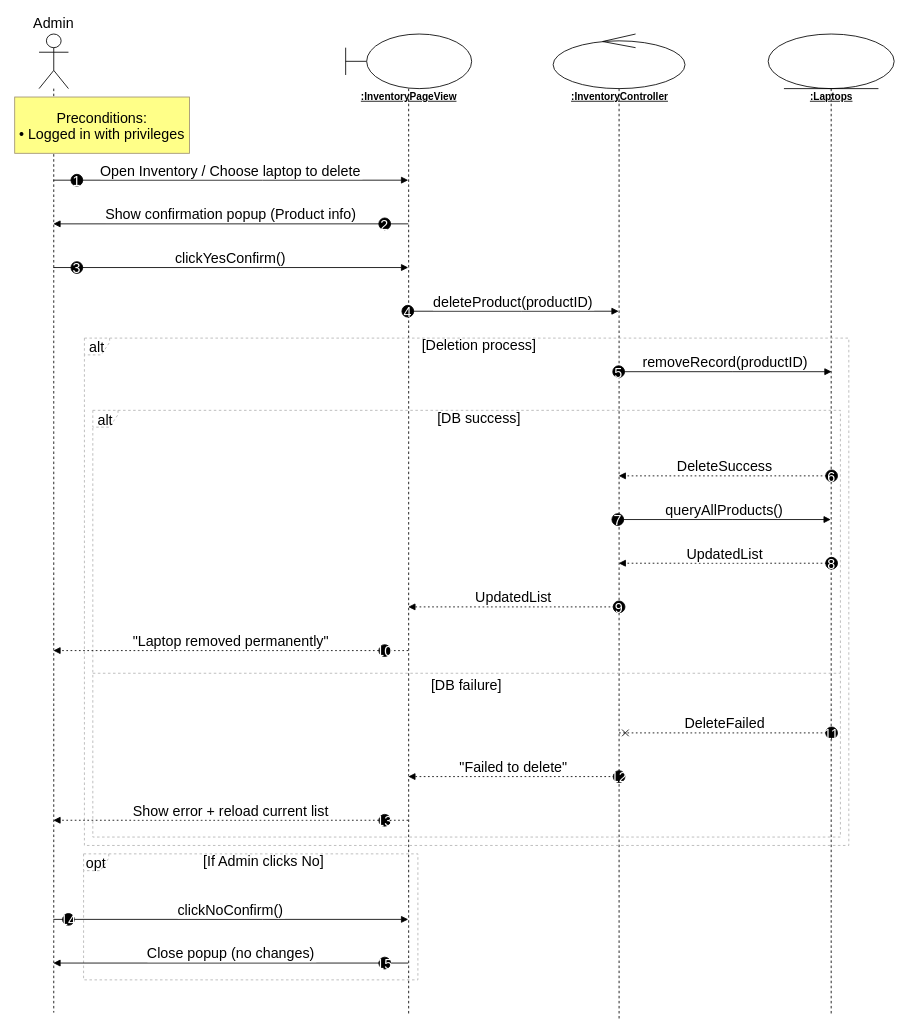
Before: Sequence_Diagram/UC_19_DeleteLaptopFromInventory.drawio in auphong2707/PTTKHT-Final-Report, a draw.io diagram. Source tidied: cells renumbered, new cells numbered last; positions are measured from the earlier drawing's top-left corner, leaving out a move shared by most shapes. Both pictures are drawn from the tidied source at 84%, with x=0, y=0 at pixel (14, 34).
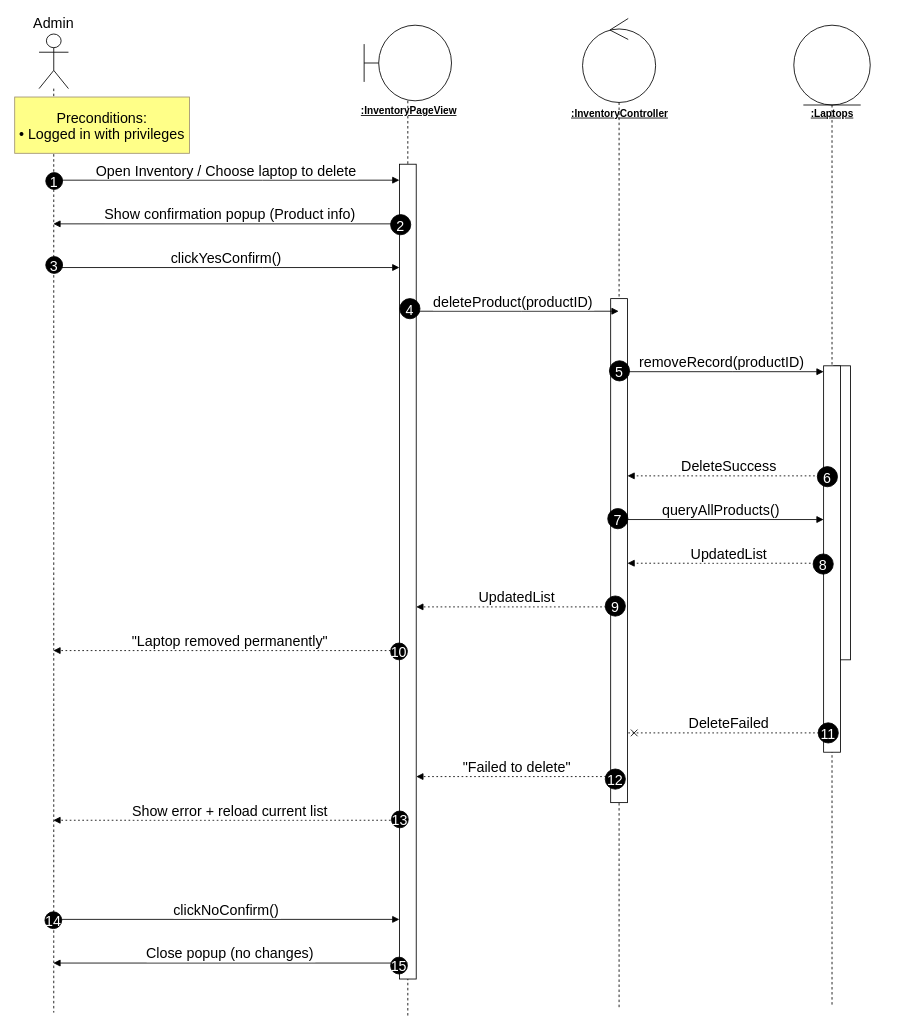
The same page after the edit.

The change refers to these unchanged cells:
```xml
<mxCell id="2" value="Admin" style="shape=umlLifeline;perimeter=lifelinePerimeter;whiteSpace=wrap;outlineConnect=0;portConstraint=eastwest;newEdgeStyle={&quot;edgeStyle&quot;:&quot;elbowEdgeStyle&quot;,&quot;elbow&quot;:&quot;vertical&quot;,&quot;curved&quot;:0,&quot;rounded&quot;:0};participant=umlActor;verticalAlign=bottom;labelPosition=center;verticalLabelPosition=top;align=center;size=65;fontSize=17;" parent="1" vertex="1">
  <mxGeometry x="29" width="35" height="1165" as="geometry" />
</mxCell>
<mxCell id="18" value="Show confirmation popup (Product info)" style="verticalAlign=bottom;edgeStyle=elbowEdgeStyle;elbow=vertical;curved=0;rounded=0;endArrow=block;fontSize=17;" parent="1" edge="1" source="3" target="2">
  <mxGeometry relative="1" as="geometry">
    <Array as="points">
      <mxPoint x="298" y="226" />
    </Array>
  </mxGeometry>
</mxCell>
<mxCell id="22" value="deleteProduct(productID)" style="verticalAlign=bottom;edgeStyle=elbowEdgeStyle;elbow=vertical;curved=0;rounded=0;endArrow=block;fontSize=17;" parent="1" edge="1" source="3" target="5">
  <mxGeometry relative="1" as="geometry">
    <Array as="points">
      <mxPoint x="603" y="330" />
    </Array>
  </mxGeometry>
</mxCell>
<mxCell id="34" value="&quot;Laptop removed permanently&quot;" style="verticalAlign=bottom;edgeStyle=elbowEdgeStyle;elbow=vertical;curved=0;rounded=0;dashed=1;dashPattern=2 3;endArrow=block;fontSize=17;" parent="1" edge="1" source="3" target="2">
  <mxGeometry relative="1" as="geometry">
    <Array as="points">
      <mxPoint x="298" y="734" />
    </Array>
  </mxGeometry>
</mxCell>
<mxCell id="40" value="Show error + reload current list" style="verticalAlign=bottom;edgeStyle=elbowEdgeStyle;elbow=vertical;curved=0;rounded=0;dashed=1;dashPattern=2 3;endArrow=block;fontSize=17;" parent="1" edge="1" source="3" target="2">
  <mxGeometry relative="1" as="geometry">
    <Array as="points">
      <mxPoint x="298" y="936" />
    </Array>
  </mxGeometry>
</mxCell>
<mxCell id="44" value="Close popup (no changes)" style="verticalAlign=bottom;edgeStyle=elbowEdgeStyle;elbow=vertical;curved=0;rounded=0;endArrow=block;fontSize=17;" parent="1" edge="1" source="3" target="2">
  <mxGeometry relative="1" as="geometry">
    <Array as="points">
      <mxPoint x="298" y="1106" />
    </Array>
  </mxGeometry>
</mxCell>
```

Change to the diagram source:
```diff
@@
+    <mxCell id="7" style="shape=umlLifeline;perimeter=lifelinePerimeter;whiteSpace=wrap;outlineConnect=0;portConstraint=eastwest;newEdgeStyle={&quot;edgeStyle&quot;:&quot;elbowEdgeStyle&quot;,&quot;elbow&quot;:&quot;vertical&quot;,&quot;curved&quot;:0,&quot;rounded&quot;:0};participant=umlEntity;size=95;fontSize=17;" parent="1" vertex="1">
+      <mxGeometry x="927.5" y="-10.5" width="91" height="1169" as="geometry" />
+    </mxCell>
+    <mxCell id="5" style="shape=umlLifeline;perimeter=lifelinePerimeter;whiteSpace=wrap;outlineConnect=0;portConstraint=eastwest;newEdgeStyle={&quot;edgeStyle&quot;:&quot;elbowEdgeStyle&quot;,&quot;elbow&quot;:&quot;vertical&quot;,&quot;curved&quot;:0,&quot;rounded&quot;:0};participant=umlControl;size=100;fontSize=17;" parent="1" vertex="1">
+      <mxGeometry x="676" y="-18.5" width="87" height="1177" as="geometry" />
+    </mxCell>
+    <mxCell id="3" style="shape=umlLifeline;perimeter=lifelinePerimeter;whiteSpace=wrap;outlineConnect=0;portConstraint=eastwest;newEdgeStyle={&quot;edgeStyle&quot;:&quot;elbowEdgeStyle&quot;,&quot;elbow&quot;:&quot;vertical&quot;,&quot;curved&quot;:0,&quot;rounded&quot;:0};participant=umlBoundary;size=90;fontSize=17;" parent="1" vertex="1">
+      <mxGeometry x="416" y="-10.5" width="104" height="1182" as="geometry" />
+    </mxCell>
+    <mxCell id="47" style="rounded=0;whiteSpace=wrap;html=1;" parent="1" vertex="1">
+      <mxGeometry x="975" y="395" width="20" height="350" as="geometry" />
+    </mxCell>
+    <mxCell id="48" style="rounded=0;whiteSpace=wrap;html=1;" parent="1" vertex="1">
+      <mxGeometry x="458" y="155" width="20" height="970" as="geometry" />
+    </mxCell>
+    <mxCell id="49" style="rounded=0;whiteSpace=wrap;html=1;" parent="1" vertex="1">
+      <mxGeometry x="709.5" y="315" width="20" height="600" as="geometry" />
+    </mxCell>
+    <mxCell id="50" style="rounded=0;whiteSpace=wrap;html=1;" parent="1" vertex="1">
+      <mxGeometry x="963" y="395" width="20" height="460" as="geometry" />
+    </mxCell>
@@
-    <mxCell id="3" style="shape=umlLifeline;perimeter=lifelinePerimeter;whiteSpace=wrap;outlineConnect=0;portConstraint=eastwest;newEdgeStyle={&quot;edgeStyle&quot;:&quot;elbowEdgeStyle&quot;,&quot;elbow&quot;:&quot;vertical&quot;,&quot;curved&quot;:0,&quot;rounded&quot;:0};participant=umlBoundary;size=65;fontSize=17;" parent="1" vertex="1">
-      <mxGeometry x="394" width="150" height="1167" as="geometry" />
-    </mxCell>
     <mxCell id="4" value="&lt;u&gt;&lt;b&gt;:InventoryPageView&lt;/b&gt;&lt;/u&gt;" style="text;html=1;align=center;verticalAlign=middle;" parent="1" vertex="1">
-      <mxGeometry x="394" y="65" width="150" height="20" as="geometry" />
+      <mxGeometry x="394" y="82" width="150" height="20" as="geometry" />
     </mxCell>
-    <mxCell id="5" style="shape=umlLifeline;perimeter=lifelinePerimeter;whiteSpace=wrap;outlineConnect=0;portConstraint=eastwest;newEdgeStyle={&quot;edgeStyle&quot;:&quot;elbowEdgeStyle&quot;,&quot;elbow&quot;:&quot;vertical&quot;,&quot;curved&quot;:0,&quot;rounded&quot;:0};participant=umlControl;size=65;fontSize=17;" parent="1" vertex="1">
-      <mxGeometry x="641" width="157" height="1172" as="geometry" />
-    </mxCell>
     <mxCell id="6" value="&lt;u&gt;&lt;b&gt;:InventoryController&lt;/b&gt;&lt;/u&gt;" style="text;html=1;align=center;verticalAlign=middle;" parent="1" vertex="1">
-      <mxGeometry x="641" y="65" width="157" height="20" as="geometry" />
+      <mxGeometry x="641" y="85" width="157" height="20" as="geometry" />
     </mxCell>
-    <mxCell id="7" style="shape=umlLifeline;perimeter=lifelinePerimeter;whiteSpace=wrap;outlineConnect=0;portConstraint=eastwest;newEdgeStyle={&quot;edgeStyle&quot;:&quot;elbowEdgeStyle&quot;,&quot;elbow&quot;:&quot;vertical&quot;,&quot;curved&quot;:0,&quot;rounded&quot;:0};participant=umlEntity;size=65;fontSize=17;" parent="1" vertex="1">
-      <mxGeometry x="897" width="150" height="1168" as="geometry" />
-    </mxCell>
     <mxCell id="8" value="&lt;u&gt;&lt;b&gt;:Laptops&lt;/b&gt;&lt;/u&gt;" style="text;html=1;align=center;verticalAlign=middle;" parent="1" vertex="1">
-      <mxGeometry x="897" y="65" width="150" height="20" as="geometry" />
+      <mxGeometry x="898" y="85" width="150" height="20" as="geometry" />
     </mxCell>
-    <mxCell id="9" value="alt" style="shape=umlFrame;dashed=1;strokeColor=#B3B3B3;height=20;width=30;fontSize=17;" parent="1" vertex="1">
-      <mxGeometry x="93" y="448" width="890" height="508" as="geometry" />
-    </mxCell>
-    <mxCell id="10" value="[DB success]" style="text;strokeColor=none;fillColor=none;align=center;verticalAlign=middle;whiteSpace=wrap;fontSize=17;" parent="9" vertex="1">
-      <mxGeometry x="30" width="860" height="20" as="geometry" />
-    </mxCell>
-    <mxCell id="11" value="[DB failure]" style="shape=line;dashed=1;whiteSpace=wrap;verticalAlign=top;labelPosition=center;verticalLabelPosition=middle;align=center;strokeColor=#B3B3B3;fontSize=17;" parent="9" vertex="1">
-      <mxGeometry y="311" width="890" height="4" as="geometry" />
-    </mxCell>
-    <mxCell id="12" value="alt" style="shape=umlFrame;dashed=1;strokeColor=#B3B3B3;height=20;width=30;fontSize=17;" parent="1" vertex="1">
-      <mxGeometry x="83" y="362" width="910" height="604" as="geometry" />
-    </mxCell>
-    <mxCell id="13" value="[Deletion process]" style="text;strokeColor=none;fillColor=none;align=center;verticalAlign=middle;whiteSpace=wrap;fontSize=17;" parent="12" vertex="1">
-      <mxGeometry x="30" width="880" height="19.6" as="geometry" />
-    </mxCell>
-    <mxCell id="14" value="opt" style="shape=umlFrame;dashed=1;strokeColor=#B3B3B3;height=20;width=30;fontSize=17;" parent="1" vertex="1">
-      <mxGeometry x="82" y="976" width="398" height="150" as="geometry" />
-    </mxCell>
-    <mxCell id="15" value="[If Admin clicks No]" style="text;strokeColor=none;fillColor=none;align=center;verticalAlign=middle;whiteSpace=wrap;fontSize=17;" parent="14" vertex="1">
-      <mxGeometry x="30.9" width="367.1" height="20" as="geometry" />
-    </mxCell>
-    <mxCell id="16" value="Open Inventory / Choose laptop to delete" style="verticalAlign=bottom;edgeStyle=elbowEdgeStyle;elbow=vertical;curved=0;rounded=0;endArrow=block;fontSize=17;" parent="1" edge="1" source="2" target="3">
+    <mxCell id="16" value="Open Inventory / Choose laptop to delete" style="verticalAlign=bottom;edgeStyle=elbowEdgeStyle;elbow=vertical;curved=0;rounded=0;endArrow=block;fontSize=17;" parent="1" edge="1" source="2" target="48">
       <mxGeometry relative="1" as="geometry">
         <Array as="points">
           <mxPoint x="295" y="174" />
         </Array>
       </mxGeometry>
     </mxCell>
     <mxCell id="17" value="1" style="ellipse;fillColor=#000000;align=center;fontColor=#FFFFFF;fontSize=17;" parent="16" vertex="1">
-      <mxGeometry width="14" height="14" relative="1" as="geometry">
-        <mxPoint x="-190" y="-7" as="offset" />
+      <mxGeometry width="20" height="20" relative="1" as="geometry">
+        <mxPoint x="-215" y="-9" as="offset" />
       </mxGeometry>
     </mxCell>
@@
     <mxCell id="19" value="2" style="ellipse;fillColor=#000000;align=center;fontColor=#FFFFFF;fontSize=17;" parent="18" vertex="1">
-      <mxGeometry width="14" height="14" relative="1" as="geometry">
-        <mxPoint x="176" y="-7" as="offset" />
+      <mxGeometry width="24" height="24" relative="1" as="geometry">
+        <mxPoint x="191" y="-11" as="offset" />
       </mxGeometry>
     </mxCell>
-    <mxCell id="20" value="clickYesConfirm()" style="verticalAlign=bottom;edgeStyle=elbowEdgeStyle;elbow=vertical;curved=0;rounded=0;endArrow=block;fontSize=17;" parent="1" edge="1" source="2" target="3">
+    <mxCell id="20" value="clickYesConfirm()" style="verticalAlign=bottom;edgeStyle=elbowEdgeStyle;elbow=vertical;curved=0;rounded=0;endArrow=block;fontSize=17;" parent="1" edge="1" source="2" target="48">
       <mxGeometry relative="1" as="geometry">
         <Array as="points">
           <mxPoint x="295" y="278" />
         </Array>
       </mxGeometry>
     </mxCell>
     <mxCell id="21" value="3" style="ellipse;fillColor=#000000;align=center;fontColor=#FFFFFF;fontSize=17;" parent="20" vertex="1">
-      <mxGeometry width="14" height="14" relative="1" as="geometry">
-        <mxPoint x="-190" y="-7" as="offset" />
+      <mxGeometry width="20" height="20" relative="1" as="geometry">
+        <mxPoint x="-215" y="-13" as="offset" />
       </mxGeometry>
     </mxCell>
@@
     <mxCell id="23" value="4" style="ellipse;fillColor=#000000;align=center;fontColor=#FFFFFF;fontSize=17;" parent="22" vertex="1">
-      <mxGeometry width="14" height="14" relative="1" as="geometry">
-        <mxPoint x="-132.5" y="-7" as="offset" />
+      <mxGeometry width="24" height="24" relative="1" as="geometry">
+        <mxPoint x="-135" y="-15" as="offset" />
       </mxGeometry>
     </mxCell>
-    <mxCell id="24" value="removeRecord(productID)" style="verticalAlign=bottom;edgeStyle=elbowEdgeStyle;elbow=vertical;curved=0;rounded=0;endArrow=block;fontSize=17;" parent="1" edge="1">
+    <mxCell id="24" value="removeRecord(productID)" style="verticalAlign=bottom;edgeStyle=elbowEdgeStyle;elbow=vertical;curved=0;rounded=0;endArrow=block;fontSize=17;" parent="1" edge="1" target="50">
       <mxGeometry relative="1" as="geometry">
         <mxPoint x="720" y="402" as="sourcePoint" />
-        <mxPoint x="972.5" y="402" as="targetPoint" />
         <Array as="points">
           <mxPoint x="855" y="402" />
         </Array>
       </mxGeometry>
     </mxCell>
     <mxCell id="25" value="5" style="ellipse;fillColor=#000000;align=center;fontColor=#FFFFFF;fontSize=17;" parent="24" vertex="1">
-      <mxGeometry width="14" height="14" relative="1" as="geometry">
-        <mxPoint x="-134" y="-7" as="offset" />
+      <mxGeometry width="24" height="24" relative="1" as="geometry">
+        <mxPoint x="-134" y="-13" as="offset" />
       </mxGeometry>
     </mxCell>
-    <mxCell id="26" value="DeleteSuccess" style="verticalAlign=bottom;edgeStyle=elbowEdgeStyle;elbow=vertical;curved=0;rounded=0;dashed=1;dashPattern=2 3;endArrow=block;fontSize=17;" parent="1" edge="1" source="7" target="5">
+    <mxCell id="26" value="DeleteSuccess" style="verticalAlign=bottom;edgeStyle=elbowEdgeStyle;elbow=vertical;curved=0;rounded=0;dashed=1;dashPattern=2 3;endArrow=block;fontSize=17;" parent="1" edge="1" source="7" target="49">
       <mxGeometry relative="1" as="geometry">
         <Array as="points">
           <mxPoint x="857" y="526" />
         </Array>
       </mxGeometry>
     </mxCell>
     <mxCell id="27" value="6" style="ellipse;fillColor=#000000;align=center;fontColor=#FFFFFF;fontSize=17;" parent="26" vertex="1">
-      <mxGeometry width="14" height="14" relative="1" as="geometry">
-        <mxPoint x="120" y="-7" as="offset" />
+      <mxGeometry width="24" height="24" relative="1" as="geometry">
+        <mxPoint x="105" y="-11" as="offset" />
       </mxGeometry>
     </mxCell>
-    <mxCell id="28" value="queryAllProducts()" style="verticalAlign=bottom;edgeStyle=elbowEdgeStyle;elbow=vertical;curved=0;rounded=0;endArrow=block;fontSize=17;" parent="1" edge="1" source="5" target="7">
+    <mxCell id="28" value="queryAllProducts()" style="verticalAlign=bottom;edgeStyle=elbowEdgeStyle;elbow=vertical;curved=0;rounded=0;endArrow=block;fontSize=17;" parent="1" edge="1" source="5" target="50">
       <mxGeometry relative="1" as="geometry">
         <Array as="points">
           <mxPoint x="854" y="578" />
         </Array>
       </mxGeometry>
     </mxCell>
     <mxCell id="29" value="7" style="ellipse;fillColor=#000000;align=center;fontColor=#FFFFFF;fontSize=17;" parent="28" vertex="1">
-      <mxGeometry width="14" height="14" relative="1" as="geometry">
-        <mxPoint x="-134" y="-7" as="offset" />
+      <mxGeometry width="24" height="24" relative="1" as="geometry">
+        <mxPoint x="-135" y="-13" as="offset" />
       </mxGeometry>
     </mxCell>
-    <mxCell id="30" value="UpdatedList" style="verticalAlign=bottom;edgeStyle=elbowEdgeStyle;elbow=vertical;curved=0;rounded=0;dashed=1;dashPattern=2 3;endArrow=block;fontSize=17;" parent="1" edge="1" source="7" target="5">
+    <mxCell id="30" value="UpdatedList" style="verticalAlign=bottom;edgeStyle=elbowEdgeStyle;elbow=vertical;curved=0;rounded=0;dashed=1;dashPattern=2 3;endArrow=block;fontSize=17;" parent="1" edge="1" source="7" target="49">
       <mxGeometry relative="1" as="geometry">
         <Array as="points">
           <mxPoint x="857" y="630" />
         </Array>
       </mxGeometry>
     </mxCell>
     <mxCell id="31" value="8" style="ellipse;fillColor=#000000;align=center;fontColor=#FFFFFF;fontSize=17;" parent="30" vertex="1">
-      <mxGeometry width="14" height="14" relative="1" as="geometry">
-        <mxPoint x="120" y="-7" as="offset" />
+      <mxGeometry width="24" height="24" relative="1" as="geometry">
+        <mxPoint x="100" y="-11" as="offset" />
       </mxGeometry>
     </mxCell>
-    <mxCell id="32" value="UpdatedList" style="verticalAlign=bottom;edgeStyle=elbowEdgeStyle;elbow=vertical;curved=0;rounded=0;dashed=1;dashPattern=2 3;endArrow=block;fontSize=17;" parent="1" edge="1" source="5" target="3">
+    <mxCell id="32" value="UpdatedList" style="verticalAlign=bottom;edgeStyle=elbowEdgeStyle;elbow=vertical;curved=0;rounded=0;dashed=1;dashPattern=2 3;endArrow=block;fontSize=17;" parent="1" edge="1" source="5" target="48">
       <mxGeometry relative="1" as="geometry">
         <Array as="points">
           <mxPoint x="606" y="682" />
         </Array>
       </mxGeometry>
     </mxCell>
     <mxCell id="33" value="9" style="ellipse;fillColor=#000000;align=center;fontColor=#FFFFFF;fontSize=17;" parent="32" vertex="1">
-      <mxGeometry width="14" height="14" relative="1" as="geometry">
-        <mxPoint x="118.5" y="-7" as="offset" />
+      <mxGeometry width="24" height="24" relative="1" as="geometry">
+        <mxPoint x="105" y="-13" as="offset" />
       </mxGeometry>
     </mxCell>
@@
     <mxCell id="35" value="10" style="ellipse;fillColor=#000000;align=center;fontColor=#FFFFFF;fontSize=17;" parent="34" vertex="1">
-      <mxGeometry width="14" height="14" relative="1" as="geometry">
-        <mxPoint x="176" y="-7" as="offset" />
+      <mxGeometry width="20" height="20" relative="1" as="geometry">
+        <mxPoint x="191" y="-9" as="offset" />
       </mxGeometry>
     </mxCell>
-    <mxCell id="36" value="DeleteFailed" style="verticalAlign=bottom;edgeStyle=elbowEdgeStyle;elbow=vertical;curved=0;rounded=0;endArrow=cross;dashed=1;dashPattern=2 3;fontSize=17;" parent="1" edge="1" source="7" target="5">
+    <mxCell id="36" value="DeleteFailed" style="verticalAlign=bottom;edgeStyle=elbowEdgeStyle;elbow=vertical;curved=0;rounded=0;endArrow=cross;dashed=1;dashPattern=2 3;fontSize=17;" parent="1" edge="1" source="7" target="49">
       <mxGeometry relative="1" as="geometry">
         <Array as="points">
           <mxPoint x="857" y="832" />
         </Array>
       </mxGeometry>
     </mxCell>
     <mxCell id="37" value="11" style="ellipse;fillColor=#000000;align=center;fontColor=#FFFFFF;fontSize=17;" parent="36" vertex="1">
-      <mxGeometry width="14" height="14" relative="1" as="geometry">
-        <mxPoint x="120" y="-7" as="offset" />
+      <mxGeometry width="24" height="24" relative="1" as="geometry">
+        <mxPoint x="106" y="-12" as="offset" />
       </mxGeometry>
     </mxCell>
-    <mxCell id="38" value="&quot;Failed to delete&quot;" style="verticalAlign=bottom;edgeStyle=elbowEdgeStyle;elbow=vertical;curved=0;rounded=0;dashed=1;dashPattern=2 3;endArrow=block;fontSize=17;" parent="1" edge="1" source="5" target="3">
+    <mxCell id="38" value="&quot;Failed to delete&quot;" style="verticalAlign=bottom;edgeStyle=elbowEdgeStyle;elbow=vertical;curved=0;rounded=0;dashed=1;dashPattern=2 3;endArrow=block;fontSize=17;" parent="1" edge="1" source="5" target="48">
       <mxGeometry relative="1" as="geometry">
         <Array as="points">
           <mxPoint x="606" y="884" />
         </Array>
       </mxGeometry>
     </mxCell>
     <mxCell id="39" value="12" style="ellipse;fillColor=#000000;align=center;fontColor=#FFFFFF;fontSize=17;" parent="38" vertex="1">
-      <mxGeometry width="14" height="14" relative="1" as="geometry">
-        <mxPoint x="118.5" y="-7" as="offset" />
+      <mxGeometry width="24" height="24" relative="1" as="geometry">
+        <mxPoint x="105" y="-9" as="offset" />
       </mxGeometry>
     </mxCell>
@@
     <mxCell id="41" value="13" style="ellipse;fillColor=#000000;align=center;fontColor=#FFFFFF;fontSize=17;" parent="40" vertex="1">
-      <mxGeometry width="14" height="14" relative="1" as="geometry">
-        <mxPoint x="176" y="-7" as="offset" />
+      <mxGeometry width="20" height="20" relative="1" as="geometry">
+        <mxPoint x="192" y="-11" as="offset" />
       </mxGeometry>
     </mxCell>
-    <mxCell id="42" value="clickNoConfirm()" style="verticalAlign=bottom;edgeStyle=elbowEdgeStyle;elbow=vertical;curved=0;rounded=0;endArrow=block;fontSize=17;" parent="1" edge="1" source="2" target="3">
+    <mxCell id="42" value="clickNoConfirm()" style="verticalAlign=bottom;edgeStyle=elbowEdgeStyle;elbow=vertical;curved=0;rounded=0;endArrow=block;fontSize=17;" parent="1" edge="1" source="2" target="48">
       <mxGeometry relative="1" as="geometry">
         <Array as="points">
           <mxPoint x="295" y="1054" />
         </Array>
       </mxGeometry>
     </mxCell>
     <mxCell id="43" value="14" style="ellipse;fillColor=#000000;align=center;fontColor=#FFFFFF;fontSize=17;" parent="42" vertex="1">
-      <mxGeometry width="14" height="14" relative="1" as="geometry">
-        <mxPoint x="-200" y="-7" as="offset" />
+      <mxGeometry width="20" height="20" relative="1" as="geometry">
+        <mxPoint x="-216" y="-9" as="offset" />
       </mxGeometry>
     </mxCell>
@@
     <mxCell id="45" value="15" style="ellipse;fillColor=#000000;align=center;fontColor=#FFFFFF;fontSize=17;" parent="44" vertex="1">
-      <mxGeometry width="14" height="14" relative="1" as="geometry">
-        <mxPoint x="176" y="-7" as="offset" />
+      <mxGeometry width="20" height="20" relative="1" as="geometry">
+        <mxPoint x="191" y="-7" as="offset" />
       </mxGeometry>
     </mxCell>
```
